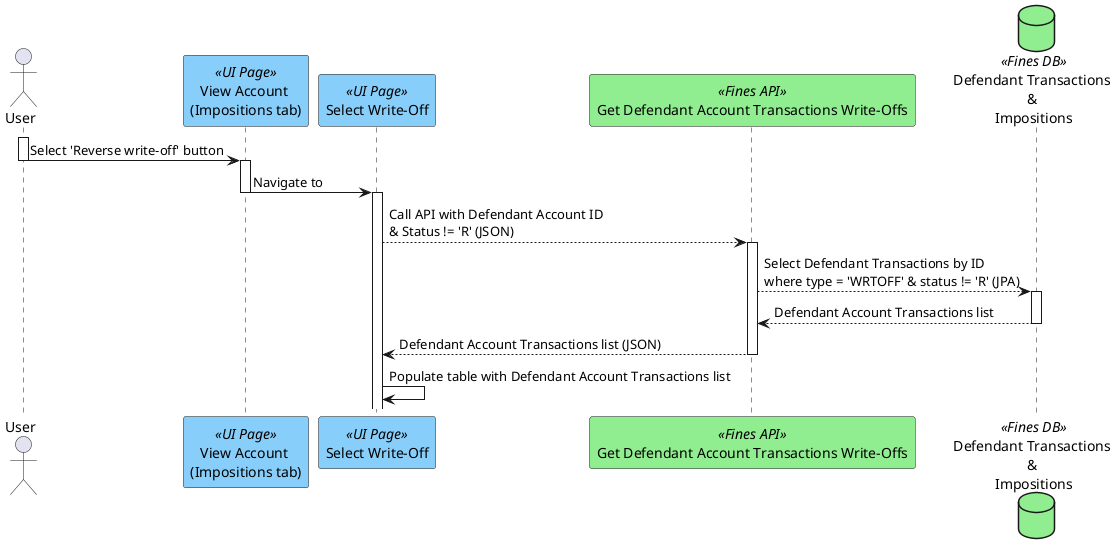
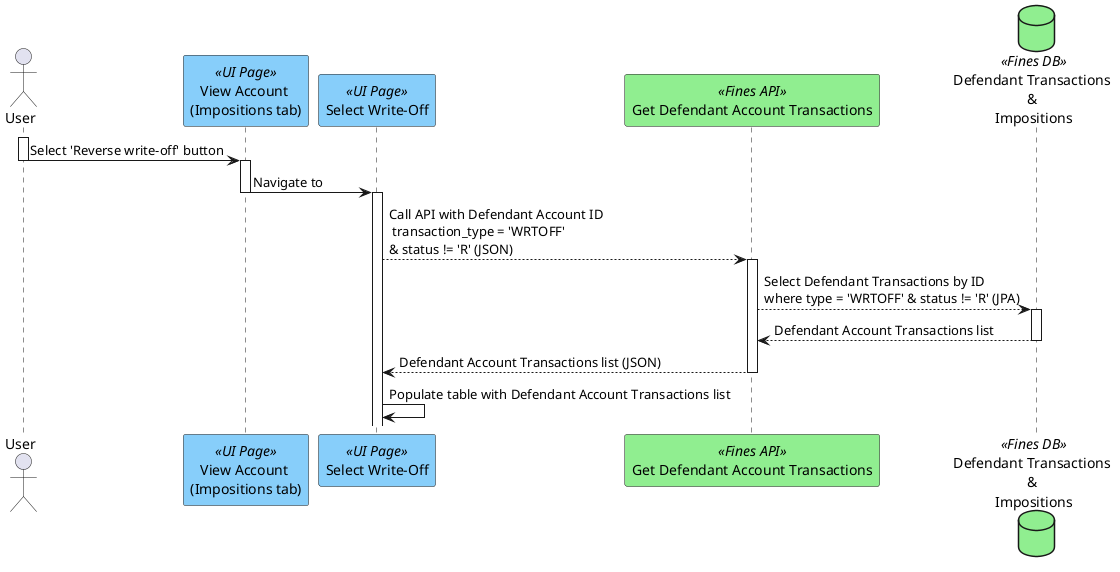
@startuml
actor "User" as user
participant "View Account \n(Impositions tab)" as viewpage <<UI Page>> #lightskyblue
participant "Select Write-Off" as selectWO <<UI Page>> #lightskyblue
- participant "Get Defendant Account Transactions Write-Offs" as getWO <<Fines API>> #lightgreen
+ participant "Get Defendant Account Transactions" as getWO <<Fines API>> #lightgreen
database "Defendant Transactions \n& \nImpositions" as db <<Fines DB>>  #lightgreen
user ++
user -> viewpage --++: Select 'Reverse write-off' button
viewpage -> selectWO --++: Navigate to
- selectWO --> getWO ++: Call API with Defendant Account ID \n& Status != 'R' (JSON)
+ selectWO --> getWO ++: Call API with Defendant Account ID \n transaction_type = 'WRTOFF' \n& status != 'R' (JSON)
getWO --> db ++ : Select Defendant Transactions by ID \nwhere type = 'WRTOFF' & status != 'R' (JPA)
getWO <-- db --: Defendant Account Transactions list
selectWO <-- getWO -- : Defendant Account Transactions list (JSON)
selectWO -> selectWO : Populate table with Defendant Account Transactions list
@enduml